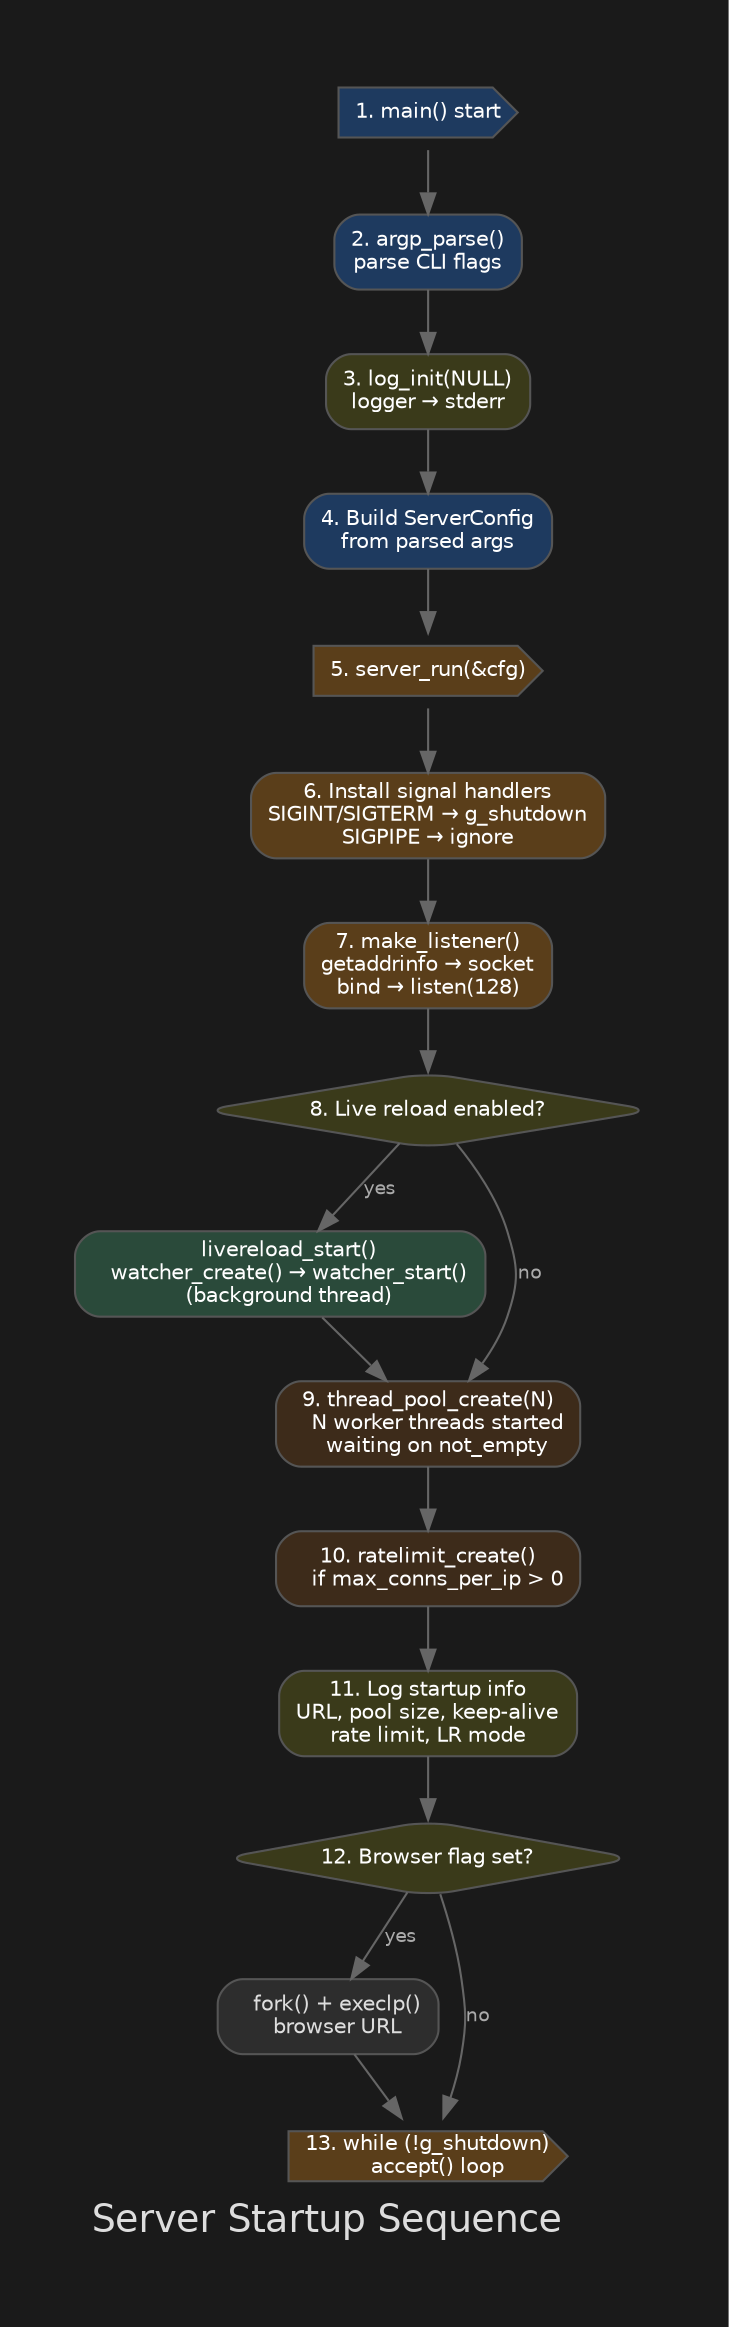
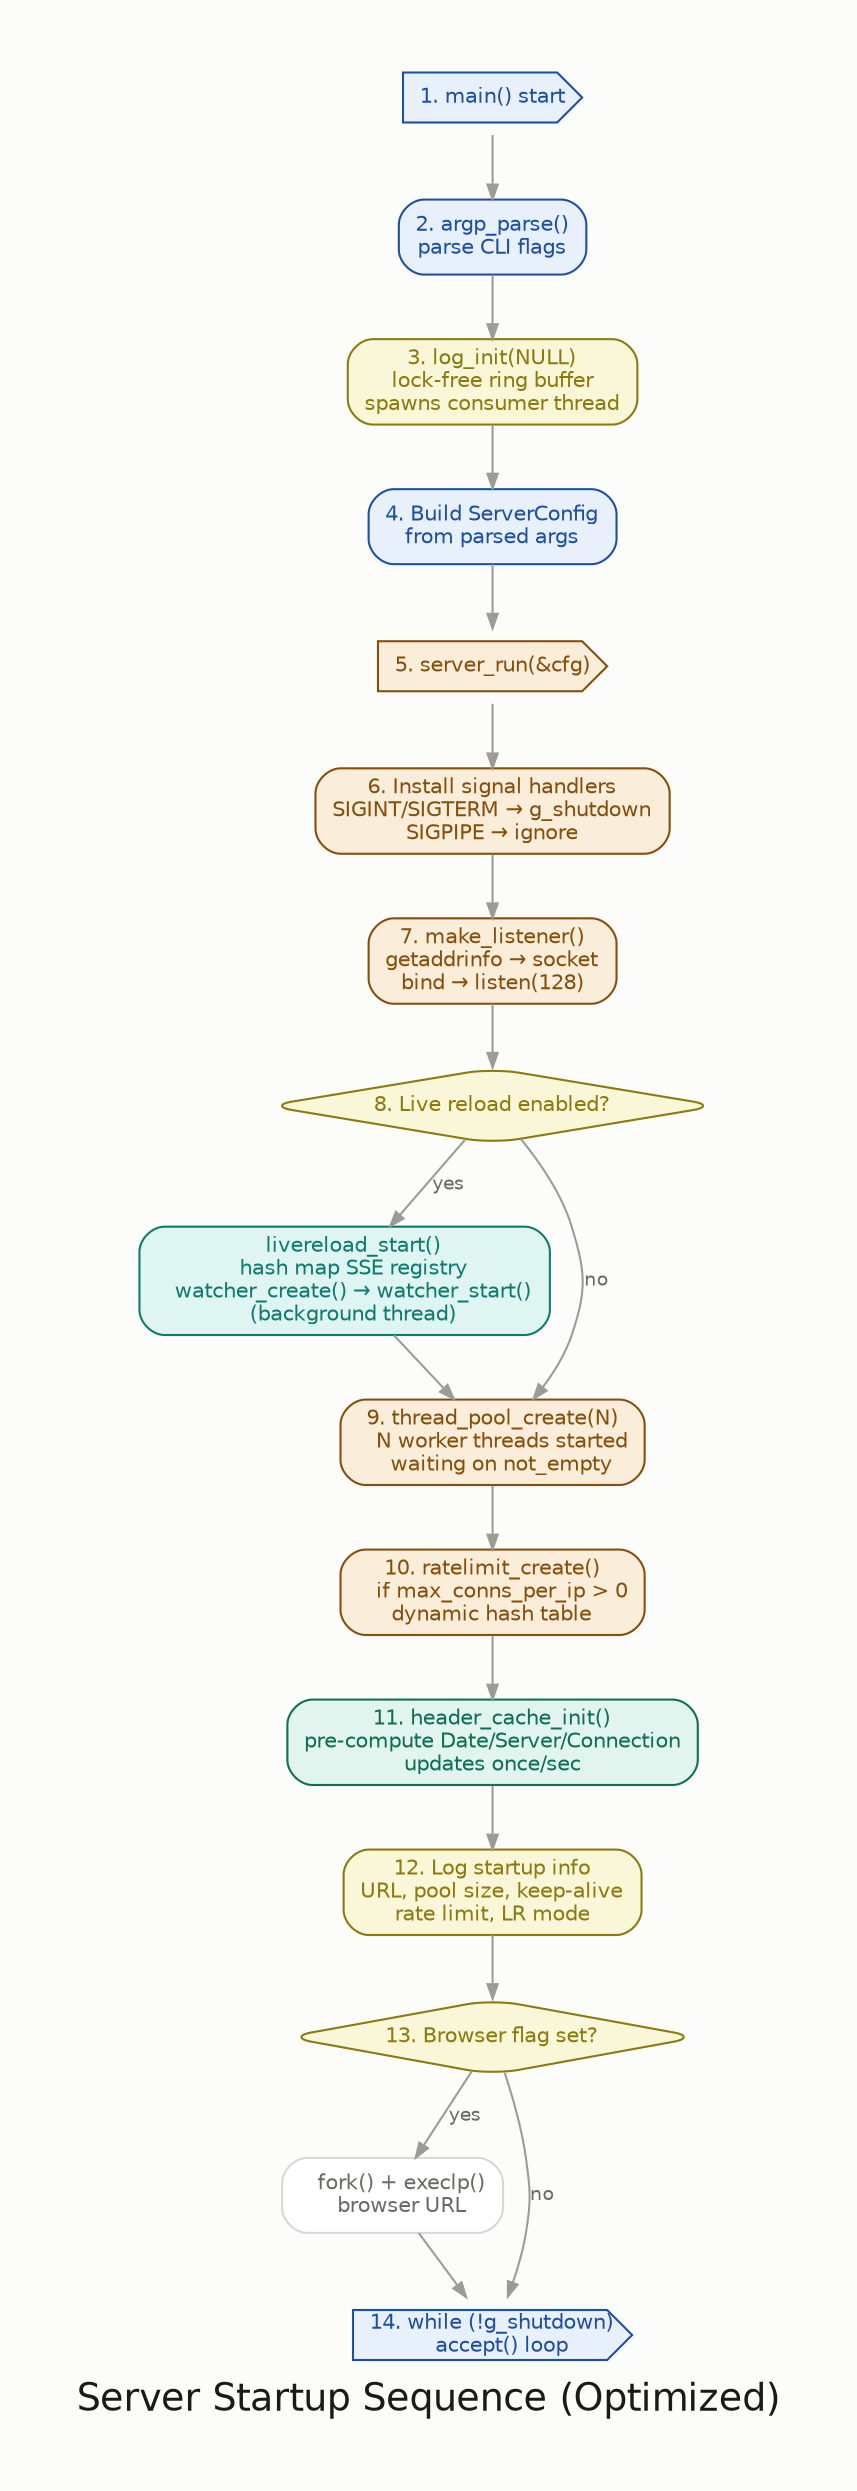
digraph startup_flow {
-     rankdir=TB;
-     bgcolor="#1a1a1a";
-     fontcolor="#dddddd";
-     fontname="Helvetica";
-     label="Server Startup Sequence";
-     labeljust=l;
-     fontsize=18;
-     pad=0.5;
-     nodesep=0.3;
-     ranksep=0.4;
+ 	rankdir=TB;
+ 	bgcolor="#fcfcfb";
+ 	fontcolor="#1a1a1a";
+ 	fontname="Helvetica";
+ 	label="Server Startup Sequence (Optimized)";
+ 	labeljust=l;
+ 	fontsize=18;
+ 	pad=0.4;
+ 	nodesep=0.3;
+ 	ranksep=0.4;

-     node [fontname="Helvetica" fontsize=10 shape=box style="filled,rounded" color="#555555" fontcolor="#dddddd"];
-     edge [color="#666666" fontcolor="#aaaaaa" fontname="Helvetica" fontsize=9];
+ 	node [fontname="Helvetica" fontsize=10 shape=box style="filled,rounded" color="#d8d7d2" fontcolor="#3a3a38" penwidth=1];
+ 	edge [color="#9c9b95" fontcolor="#6b6a66" fontname="Helvetica" fontsize=9 arrowsize=0.7 penwidth=1];

-     // ── Steps ─────────────────────────────────────────────────
+ 	// ── Steps ─────────────────────────────────────────────────

-     step1 [label="1. main() start" fillcolor="#1e3a5f" fontcolor="#ffffff" shape=cds];
-     step2 [label="2. argp_parse()\nparse CLI flags" fillcolor="#1e3a5f" fontcolor="#ffffff"];
-     step3 [label="3. log_init(NULL)\nlogger → stderr" fillcolor="#3a3a1a" fontcolor="#ffffff"];
-     step4 [label="4. Build ServerConfig\nfrom parsed args" fillcolor="#1e3a5f" fontcolor="#ffffff"];
-     step5 [label="5. server_run(&cfg)" fillcolor="#5a3e1a" fontcolor="#ffffff" shape=cds];
+ 	step1 [label="1. main() start" fillcolor="#e8f0fc" color="#1e50a2" fontcolor="#1e50a2" shape=cds];
+ 	step2 [label="2. argp_parse()\nparse CLI flags" fillcolor="#e8f0fc" color="#1e50a2" fontcolor="#1e50a2"];
+ 	step3 [label="3. log_init(NULL)\nlock-free ring buffer\nspawns consumer thread" fillcolor="#faf6d8" color="#8a7a0f" fontcolor="#8a7a0f"];
+ 	step4 [label="4. Build ServerConfig\nfrom parsed args" fillcolor="#e8f0fc" color="#1e50a2" fontcolor="#1e50a2"];
+ 	step5 [label="5. server_run(&cfg)" fillcolor="#faeeda" color="#854f0b" fontcolor="#854f0b" shape=cds];

-     step6 [label="6. Install signal handlers\nSIGINT/SIGTERM → g_shutdown\nSIGPIPE → ignore" fillcolor="#5a3e1a" fontcolor="#ffffff"];
-     step7 [label="7. make_listener()\ngetaddrinfo → socket\nbind → listen(128)" fillcolor="#5a3e1a" fontcolor="#ffffff"];
+ 	step6 [label="6. Install signal handlers\nSIGINT/SIGTERM → g_shutdown\nSIGPIPE → ignore" fillcolor="#faeeda" color="#854f0b" fontcolor="#854f0b"];
+ 	step7 [label="7. make_listener()\ngetaddrinfo → socket\nbind → listen(128)" fillcolor="#faeeda" color="#854f0b" fontcolor="#854f0b"];

-     decision_lr [label="8. Live reload enabled?" shape=diamond fillcolor="#3a3a1a" fontcolor="#ffffff"];
-     step8a [label="   livereload_start()\n   watcher_create() → watcher_start()\n   (background thread)" fillcolor="#2a4a3a" fontcolor="#ffffff"];
+ 	decision_lr [label="8. Live reload enabled?" shape=diamond fillcolor="#faf6d8" color="#8a7a0f" fontcolor="#8a7a0f"];
+ 	step8a [label="   livereload_start()\n   hash map SSE registry\n   watcher_create() → watcher_start()\n   (background thread)" fillcolor="#dff5f2" color="#0f7a6e" fontcolor="#0f7a6e"];

-     step9 [label="9. thread_pool_create(N)\n   N worker threads started\n   waiting on not_empty" fillcolor="#3d2b1a" fontcolor="#ffffff"];
-     step9b [label="10. ratelimit_create()\n   if max_conns_per_ip > 0" fillcolor="#3d2b1a" fontcolor="#ffffff"];
+ 	step9 [label="9. thread_pool_create(N)\n   N worker threads started\n   waiting on not_empty" fillcolor="#faeeda" color="#854f0b" fontcolor="#854f0b"];
+ 	step9b [label="10. ratelimit_create()\n   if max_conns_per_ip > 0\ndynamic hash table" fillcolor="#faeeda" color="#854f0b" fontcolor="#854f0b"];

-     step10 [label="11. Log startup info\nURL, pool size, keep-alive\nrate limit, LR mode" fillcolor="#3a3a1a" fontcolor="#ffffff"];
+ 	step10 [label="11. header_cache_init()\npre-compute Date/Server/Connection\nupdates once/sec" fillcolor="#e1f5ee" color="#0f6e56" fontcolor="#0f6e56"];

-     decision_browser [label="12. Browser flag set?" shape=diamond fillcolor="#3a3a1a" fontcolor="#ffffff"];
-     step12a [label="   fork() + execlp()\n   browser URL" fillcolor="#2d2d2d"];
+ 	step11 [label="12. Log startup info\nURL, pool size, keep-alive\nrate limit, LR mode" fillcolor="#faf6d8" color="#8a7a0f" fontcolor="#8a7a0f"];

-     step13 [label="13. while (!g_shutdown)\n   accept() loop" fillcolor="#5a3e1a" fontcolor="#ffffff" shape=cds];
+ 	decision_browser [label="13. Browser flag set?" shape=diamond fillcolor="#faf6d8" color="#8a7a0f" fontcolor="#8a7a0f"];
+ 	step13a [label="   fork() + execlp()\n   browser URL" fillcolor="#ffffff" color="#d8d7d2" fontcolor="#6b6a66"];

-     // ── Edges ─────────────────────────────────────────────────
+ 	step14 [label="14. while (!g_shutdown)\n   accept() loop" fillcolor="#e8f0fc" color="#1e50a2" fontcolor="#1e50a2" shape=cds];

-     step1 -> step2;
-     step2 -> step3;
-     step3 -> step4;
-     step4 -> step5;
-     step5 -> step6;
-     step6 -> step7;
-     step7 -> decision_lr;
-     decision_lr -> step8a [label="yes"];
-     decision_lr -> step9 [label="no"];
-     step8a -> step9;
-     step9 -> step9b;
-     step9b -> step10;
-     step10 -> decision_browser;
-     decision_browser -> step12a [label="yes"];
-     decision_browser -> step13 [label="no"];
-     step12a -> step13;
+ 	// ── Edges ─────────────────────────────────────────────────
+ 
+ 	step1 -> step2;
+ 	step2 -> step3;
+ 	step3 -> step4;
+ 	step4 -> step5;
+ 	step5 -> step6;
+ 	step6 -> step7;
+ 	step7 -> decision_lr;
+ 	decision_lr -> step8a [label="yes"];
+ 	decision_lr -> step9 [label="no"];
+ 	step8a -> step9;
+ 	step9 -> step9b;
+ 	step9b -> step10;
+ 	step10 -> step11;
+ 	step11 -> decision_browser;
+ 	decision_browser -> step13a [label="yes"];
+ 	decision_browser -> step14 [label="no"];
+ 	step13a -> step14;
}
